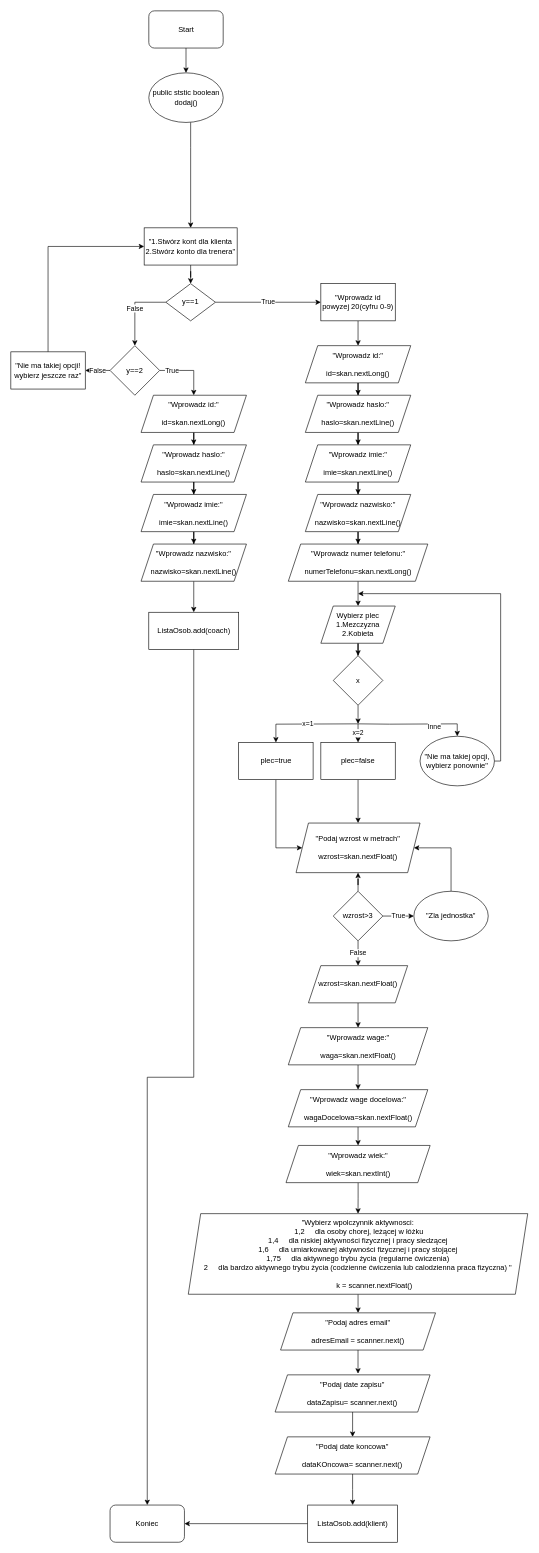
Before: page "dodaj" (4 of 10) of Untitled Diagram.drawio in szarl/Projekt-Programowanie-Obiektowe, a draw.io diagram. Source tidied: cells renumbered, new cells numbered last; positions are measured from the earlier drawing's top-left corner, leaving out a move shared by most shapes. Both pictures are drawn from the tidied source at 62%, with x=0, y=0 at pixel (11, 11).
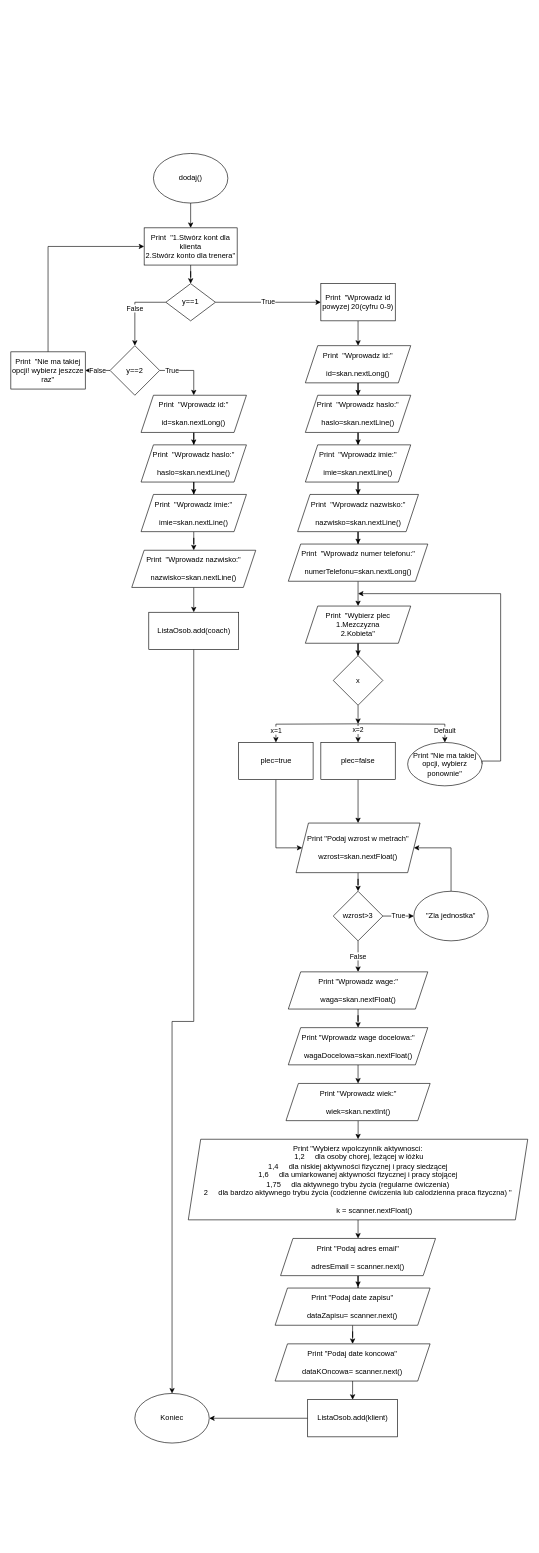
The same diagram, later.

Unchanged cells that the change refers to:
```xml
<mxCell id="26" value="ListaOsob.add(coach)" style="rounded=0;whiteSpace=wrap;html=1;" parent="1" vertex="1">
  <mxGeometry x="222.5" y="970" width="145" height="60" as="geometry" />
</mxCell>
<mxCell id="41" style="edgeStyle=orthogonalEdgeStyle;rounded=0;jettySize=auto;html=1;entryX=0.5;entryY=0;entryDx=0;entryDy=0;" parent="1" edge="1" target="50">
  <mxGeometry relative="1" as="geometry">
    <mxPoint x="560" y="1150" as="sourcePoint" />
  </mxGeometry>
</mxCell>
<mxCell id="46" value="plec=true" style="rounded=0;whiteSpace=wrap;html=1;" parent="1" vertex="1">
  <mxGeometry x="367.5" y="1180" width="120" height="60" as="geometry" />
</mxCell>
<mxCell id="48" value="plec=false" style="rounded=0;whiteSpace=wrap;html=1;" parent="1" vertex="1">
  <mxGeometry x="500" y="1180" width="120" height="60" as="geometry" />
</mxCell>
<mxCell id="55" value="wzrost&amp;gt;3" style="rhombus;whiteSpace=wrap;html=1;" parent="1" vertex="1">
  <mxGeometry x="520" y="1420" width="80" height="80" as="geometry" />
</mxCell>
```

Diff of the diagram source:
```diff
@@
-    <mxCell id="2" style="edgeStyle=orthogonalEdgeStyle;rounded=0;jettySize=auto;html=1;entryX=0.5;entryY=0;entryDx=0;entryDy=0;" parent="1" edge="1" source="3" target="5">
-      <mxGeometry relative="1" as="geometry">
-        <Array as="points">
-          <mxPoint x="290" y="220" />
-          <mxPoint x="290" y="220" />
-        </Array>
-      </mxGeometry>
+    <mxCell id="2" style="edgeStyle=orthogonalEdgeStyle;rounded=0;jettySize=auto;html=1;entryX=0.5;entryY=0;entryDx=0;entryDy=0;exitX=0.5;exitY=1;exitDx=0;exitDy=0;" parent="1" edge="1" source="3" target="5">
+      <mxGeometry relative="1" as="geometry" />
     </mxCell>
-    <mxCell id="3" value="public ststic boolean dodaj()" style="ellipse;whiteSpace=wrap;html=1;" parent="1" vertex="1">
-      <mxGeometry x="222.5" y="100" width="120" height="80" as="geometry" />
+    <mxCell id="3" value="dodaj()" style="ellipse;whiteSpace=wrap;html=1;" parent="1" vertex="1">
+      <mxGeometry x="230" y="230" width="120" height="80" as="geometry" />
     </mxCell>
@@
-    <mxCell id="5" value="&lt;div&gt;&quot;1.Stwórz kont dla klienta&lt;/div&gt;&lt;div&gt;2.Stwórz konto dla trenera&quot;&lt;br&gt;&lt;/div&gt;" style="rounded=0;whiteSpace=wrap;html=1;" parent="1" vertex="1">
+    <mxCell id="5" value="&lt;div&gt;Print&amp;nbsp; &quot;1.Stwórz kont dla klienta&lt;/div&gt;&lt;div&gt;2.Stwórz konto dla trenera&quot;&lt;br&gt;&lt;/div&gt;" style="rounded=0;whiteSpace=wrap;html=1;" parent="1" vertex="1">
       <mxGeometry x="215" y="350" width="150" height="60" as="geometry" />
     </mxCell>
@@
-    <mxCell id="14" value="&quot;Wprowadz id powyzej 20(cyfru 0-9)" style="rounded=0;whiteSpace=wrap;html=1;" parent="1" vertex="1">
+    <mxCell id="14" value="Print&amp;nbsp; &quot;Wprowadz id powyzej 20(cyfru 0-9)" style="rounded=0;whiteSpace=wrap;html=1;" parent="1" vertex="1">
       <mxGeometry x="500" y="440" width="120" height="60" as="geometry" />
     </mxCell>
@@
-    <mxCell id="16" value="&quot;Nie ma takiej opcji! wybierz jeszcze raz&quot;" style="rounded=0;whiteSpace=wrap;html=1;" parent="1" vertex="1">
+    <mxCell id="16" value="Print&amp;nbsp; &quot;Nie ma takiej opcji! wybierz jeszcze raz&quot;" style="rounded=0;whiteSpace=wrap;html=1;" parent="1" vertex="1">
       <mxGeometry y="550" width="120" height="60" as="geometry" />
     </mxCell>
@@
-    <mxCell id="18" value="&lt;div&gt;&quot;Wprowadz id:&quot;&lt;/div&gt;&lt;div&gt;&lt;br&gt;id=skan.nextLong()&lt;br&gt;&lt;/div&gt;" style="shape=parallelogram;perimeter=parallelogramPerimeter;whiteSpace=wrap;html=1;fixedSize=1;" parent="1" vertex="1">
+    <mxCell id="18" value="&lt;div&gt;Print&amp;nbsp; &quot;Wprowadz id:&quot;&lt;/div&gt;&lt;div&gt;&lt;br&gt;id=skan.nextLong()&lt;br&gt;&lt;/div&gt;" style="shape=parallelogram;perimeter=parallelogramPerimeter;whiteSpace=wrap;html=1;fixedSize=1;" parent="1" vertex="1">
       <mxGeometry x="210" y="620" width="170" height="60" as="geometry" />
     </mxCell>
@@
-    <mxCell id="20" value="&lt;div&gt;&quot;Wprowadz haslo:&quot;&lt;/div&gt;&lt;div&gt;&lt;br&gt;haslo=skan.nextLine()&lt;br&gt;&lt;/div&gt;" style="shape=parallelogram;perimeter=parallelogramPerimeter;whiteSpace=wrap;html=1;fixedSize=1;" parent="1" vertex="1">
+    <mxCell id="20" value="&lt;div&gt;Print&amp;nbsp; &quot;Wprowadz haslo:&quot;&lt;/div&gt;&lt;div&gt;&lt;br&gt;haslo=skan.nextLine()&lt;br&gt;&lt;/div&gt;" style="shape=parallelogram;perimeter=parallelogramPerimeter;whiteSpace=wrap;html=1;fixedSize=1;" parent="1" vertex="1">
       <mxGeometry x="210" y="700" width="170" height="60" as="geometry" />
     </mxCell>
@@
-    <mxCell id="22" value="&lt;div&gt;&quot;Wprowadz imie:&quot;&lt;/div&gt;&lt;div&gt;&lt;br&gt;imie=skan.nextLine()&lt;br&gt;&lt;/div&gt;" style="shape=parallelogram;perimeter=parallelogramPerimeter;whiteSpace=wrap;html=1;fixedSize=1;" parent="1" vertex="1">
+    <mxCell id="22" value="&lt;div&gt;Print&amp;nbsp; &quot;Wprowadz imie:&quot;&lt;/div&gt;&lt;div&gt;&lt;br&gt;imie=skan.nextLine()&lt;br&gt;&lt;/div&gt;" style="shape=parallelogram;perimeter=parallelogramPerimeter;whiteSpace=wrap;html=1;fixedSize=1;" parent="1" vertex="1">
       <mxGeometry x="210" y="780" width="170" height="60" as="geometry" />
     </mxCell>
@@
-    <mxCell id="24" value="&lt;div&gt;&quot;Wprowadz nazwisko:&quot;&lt;/div&gt;&lt;div&gt;&lt;br&gt;nazwisko=skan.nextLine()&lt;br&gt;&lt;/div&gt;" style="shape=parallelogram;perimeter=parallelogramPerimeter;whiteSpace=wrap;html=1;fixedSize=1;" parent="1" vertex="1">
-      <mxGeometry x="210" y="860" width="170" height="60" as="geometry" />
+    <mxCell id="24" value="&lt;div&gt;Print&amp;nbsp; &quot;Wprowadz nazwisko:&quot;&lt;/div&gt;&lt;div&gt;&lt;br&gt;nazwisko=skan.nextLine()&lt;br&gt;&lt;/div&gt;" style="shape=parallelogram;perimeter=parallelogramPerimeter;whiteSpace=wrap;html=1;fixedSize=1;" parent="1" vertex="1">
+      <mxGeometry x="195" y="870" width="200" height="60" as="geometry" />
     </mxCell>
-    <mxCell id="25" style="edgeStyle=orthogonalEdgeStyle;rounded=0;jettySize=auto;html=1;" parent="1" edge="1" source="26" target="76">
+    <mxCell id="25" style="edgeStyle=orthogonalEdgeStyle;rounded=0;jettySize=auto;html=1;entryX=0.5;entryY=0;entryDx=0;entryDy=0;" parent="1" edge="1" source="26" target="76">
       <mxGeometry relative="1" as="geometry" />
     </mxCell>
@@
-    <mxCell id="28" value="&lt;div&gt;&quot;Wprowadz id:&quot;&lt;/div&gt;&lt;div&gt;&lt;br&gt;id=skan.nextLong()&lt;br&gt;&lt;/div&gt;" style="shape=parallelogram;perimeter=parallelogramPerimeter;whiteSpace=wrap;html=1;fixedSize=1;" parent="1" vertex="1">
+    <mxCell id="28" value="&lt;div&gt;Print&amp;nbsp; &quot;Wprowadz id:&quot;&lt;/div&gt;&lt;div&gt;&lt;br&gt;id=skan.nextLong()&lt;br&gt;&lt;/div&gt;" style="shape=parallelogram;perimeter=parallelogramPerimeter;whiteSpace=wrap;html=1;fixedSize=1;" parent="1" vertex="1">
       <mxGeometry x="475" y="540" width="170" height="60" as="geometry" />
     </mxCell>
@@
-    <mxCell id="30" value="&lt;div&gt;&quot;Wprowadz haslo:&quot;&lt;/div&gt;&lt;div&gt;&lt;br&gt;haslo=skan.nextLine()&lt;br&gt;&lt;/div&gt;" style="shape=parallelogram;perimeter=parallelogramPerimeter;whiteSpace=wrap;html=1;fixedSize=1;" parent="1" vertex="1">
+    <mxCell id="30" value="&lt;div&gt;Print&amp;nbsp; &quot;Wprowadz haslo:&quot;&lt;/div&gt;&lt;div&gt;&lt;br&gt;haslo=skan.nextLine()&lt;br&gt;&lt;/div&gt;" style="shape=parallelogram;perimeter=parallelogramPerimeter;whiteSpace=wrap;html=1;fixedSize=1;" parent="1" vertex="1">
       <mxGeometry x="475" y="620" width="170" height="60" as="geometry" />
     </mxCell>
@@
-    <mxCell id="32" value="&lt;div&gt;&quot;Wprowadz imie:&quot;&lt;/div&gt;&lt;div&gt;&lt;br&gt;imie=skan.nextLine()&lt;br&gt;&lt;/div&gt;" style="shape=parallelogram;perimeter=parallelogramPerimeter;whiteSpace=wrap;html=1;fixedSize=1;" parent="1" vertex="1">
+    <mxCell id="32" value="&lt;div&gt;Print&amp;nbsp; &quot;Wprowadz imie:&quot;&lt;/div&gt;&lt;div&gt;&lt;br&gt;imie=skan.nextLine()&lt;br&gt;&lt;/div&gt;" style="shape=parallelogram;perimeter=parallelogramPerimeter;whiteSpace=wrap;html=1;fixedSize=1;" parent="1" vertex="1">
       <mxGeometry x="475" y="700" width="170" height="60" as="geometry" />
     </mxCell>
@@
-    <mxCell id="34" value="&lt;div&gt;&quot;Wprowadz nazwisko:&quot;&lt;/div&gt;&lt;div&gt;&lt;br&gt;nazwisko=skan.nextLine()&lt;br&gt;&lt;/div&gt;" style="shape=parallelogram;perimeter=parallelogramPerimeter;whiteSpace=wrap;html=1;fixedSize=1;" parent="1" vertex="1">
-      <mxGeometry x="475" y="780" width="170" height="60" as="geometry" />
+    <mxCell id="34" value="&lt;div&gt;Print&amp;nbsp; &quot;Wprowadz nazwisko:&quot;&lt;/div&gt;&lt;div&gt;&lt;br&gt;nazwisko=skan.nextLine()&lt;br&gt;&lt;/div&gt;" style="shape=parallelogram;perimeter=parallelogramPerimeter;whiteSpace=wrap;html=1;fixedSize=1;" parent="1" vertex="1">
+      <mxGeometry x="462.5" y="780" width="195" height="60" as="geometry" />
     </mxCell>
@@
-    <mxCell id="36" value="&lt;div&gt;&quot;Wprowadz numer telefonu:&quot;&lt;/div&gt;&lt;div&gt;&lt;br&gt;numerTelefonu=skan.nextLong()&lt;br&gt;&lt;/div&gt;" style="shape=parallelogram;perimeter=parallelogramPerimeter;whiteSpace=wrap;html=1;fixedSize=1;" parent="1" vertex="1">
+    <mxCell id="36" value="&lt;div&gt;Print&amp;nbsp; &quot;Wprowadz numer telefonu:&quot;&lt;/div&gt;&lt;div&gt;&lt;br&gt;numerTelefonu=skan.nextLong()&lt;br&gt;&lt;/div&gt;" style="shape=parallelogram;perimeter=parallelogramPerimeter;whiteSpace=wrap;html=1;fixedSize=1;" parent="1" vertex="1">
       <mxGeometry x="447.5" y="860" width="225" height="60" as="geometry" />
     </mxCell>
@@
-    <mxCell id="38" value="&lt;div&gt;Wybierz plec&lt;/div&gt;&lt;div&gt;1.Mezczyzna&lt;/div&gt;&lt;div&gt;2.Kobieta&lt;br&gt;&lt;/div&gt;" style="shape=parallelogram;perimeter=parallelogramPerimeter;whiteSpace=wrap;html=1;fixedSize=1;" parent="1" vertex="1">
-      <mxGeometry x="500" y="960" width="120" height="60" as="geometry" />
+    <mxCell id="38" value="&lt;div&gt;Print&amp;nbsp; &quot;Wybierz plec&lt;/div&gt;&lt;div&gt;1.Mezczyzna&lt;/div&gt;&lt;div&gt;2.Kobieta&quot;&lt;br&gt;&lt;/div&gt;" style="shape=parallelogram;perimeter=parallelogramPerimeter;whiteSpace=wrap;html=1;fixedSize=1;" parent="1" vertex="1">
+      <mxGeometry x="475" y="960" width="170" height="60" as="geometry" />
     </mxCell>
     <mxCell id="39" value="x=2" style="edgeStyle=orthogonalEdgeStyle;rounded=0;jettySize=auto;html=1;entryX=0.5;entryY=0;entryDx=0;entryDy=0;" parent="1" edge="1" target="48">
-      <mxGeometry relative="1" as="geometry">
+      <mxGeometry x="-0.33" relative="1" as="geometry">
         <mxPoint x="560" y="1150" as="sourcePoint" />
       </mxGeometry>
     </mxCell>
     <mxCell id="40" value="x=1" style="edgeStyle=orthogonalEdgeStyle;rounded=0;jettySize=auto;html=1;entryX=0.5;entryY=0;entryDx=0;entryDy=0;" parent="1" edge="1" target="46">
-      <mxGeometry relative="1" as="geometry">
+      <mxGeometry x="0.75" relative="1" as="geometry">
         <mxPoint x="560" y="1150" as="sourcePoint" />
+        <mxPoint y="1" as="offset" />
       </mxGeometry>
     </mxCell>
@@
-    <mxCell id="42" value="Inne" style="edgeLabel;html=1;align=center;verticalAlign=middle;" parent="41" vertex="1">
-      <mxGeometry x="0.36" y="-3" relative="1" as="geometry" />
+    <mxCell id="42" value="Default" style="edgeLabel;html=1;align=center;verticalAlign=middle;" parent="41" vertex="1">
+      <mxGeometry x="0.36" y="-3" relative="1" as="geometry">
+        <mxPoint x="25" y="7" as="offset" />
+      </mxGeometry>
     </mxCell>
@@
-    <mxCell id="50" value="&quot;Nie ma takiej opcji, wybierz ponownie&quot;" style="ellipse;whiteSpace=wrap;html=1;" parent="1" vertex="1">
-      <mxGeometry x="660" y="1170" width="120" height="80" as="geometry" />
+    <mxCell id="50" value="Print &quot;Nie ma takiej opcji, wybierz ponownie&quot;" style="ellipse;whiteSpace=wrap;html=1;" parent="1" vertex="1">
+      <mxGeometry x="640" y="1180" width="120" height="70" as="geometry" />
     </mxCell>
+    <mxCell id="79" style="edgeStyle=orthogonalEdgeStyle;rounded=0;jettySize=auto;html=1;entryX=0.5;entryY=0;entryDx=0;entryDy=0;" parent="1" edge="1" source="51" target="55">
+      <mxGeometry relative="1" as="geometry" />
+    </mxCell>
-    <mxCell id="51" value="&lt;div&gt;&quot;Podaj wzrost w metrach&quot;&lt;/div&gt;&lt;div&gt;&lt;br&gt;&lt;/div&gt;&lt;div&gt;wzrost=skan.nextFloat()&lt;/div&gt;" style="shape=parallelogram;perimeter=parallelogramPerimeter;whiteSpace=wrap;html=1;fixedSize=1;" parent="1" vertex="1">
+    <mxCell id="51" value="&lt;div&gt;Print &quot;Podaj wzrost w metrach&quot;&lt;/div&gt;&lt;div&gt;&lt;br&gt;&lt;/div&gt;&lt;div&gt;wzrost=skan.nextFloat()&lt;/div&gt;" style="shape=parallelogram;perimeter=parallelogramPerimeter;whiteSpace=wrap;html=1;fixedSize=1;" parent="1" vertex="1">
       <mxGeometry x="460" y="1310" width="200" height="80" as="geometry" />
     </mxCell>
-    <mxCell id="52" style="edgeStyle=orthogonalEdgeStyle;rounded=0;jettySize=auto;html=1;" parent="1" edge="1" source="55" target="51">
-      <mxGeometry relative="1" as="geometry" />
-    </mxCell>
-    <mxCell id="53" value="False" style="edgeStyle=orthogonalEdgeStyle;rounded=0;jettySize=auto;html=1;" parent="1" edge="1" source="55" target="61">
+    <mxCell id="53" value="False" style="edgeStyle=orthogonalEdgeStyle;rounded=0;jettySize=auto;html=1;entryX=0.5;entryY=0;entryDx=0;entryDy=0;" parent="1" edge="1" source="55" target="57">
       <mxGeometry relative="1" as="geometry" />
     </mxCell>
@@
-    <mxCell id="57" value="&lt;div&gt;&quot;Wprowadz wage:&quot;&lt;/div&gt;&lt;div&gt;&lt;br&gt;waga=skan.nextFloat()&lt;br&gt;&lt;/div&gt;" style="shape=parallelogram;perimeter=parallelogramPerimeter;whiteSpace=wrap;html=1;fixedSize=1;" parent="1" vertex="1">
-      <mxGeometry x="447.5" y="1640" width="225" height="60" as="geometry" />
+    <mxCell id="57" value="&lt;div&gt;Print &quot;Wprowadz wage:&quot;&lt;/div&gt;&lt;div&gt;&lt;br&gt;waga=skan.nextFloat()&lt;br&gt;&lt;/div&gt;" style="shape=parallelogram;perimeter=parallelogramPerimeter;whiteSpace=wrap;html=1;fixedSize=1;" parent="1" vertex="1">
+      <mxGeometry x="447.5" y="1550" width="225" height="60" as="geometry" />
     </mxCell>
@@
-    <mxCell id="60" style="edgeStyle=orthogonalEdgeStyle;rounded=0;jettySize=auto;html=1;entryX=0.5;entryY=0;entryDx=0;entryDy=0;" parent="1" edge="1" source="61" target="57">
-      <mxGeometry relative="1" as="geometry" />
-    </mxCell>
-    <mxCell id="61" value="wzrost=skan.nextFloat()" style="shape=parallelogram;perimeter=parallelogramPerimeter;whiteSpace=wrap;html=1;fixedSize=1;" parent="1" vertex="1">
-      <mxGeometry x="480" y="1540" width="160" height="60" as="geometry" />
-    </mxCell>
@@
-    <mxCell id="63" value="&lt;div&gt;&quot;Wprowadz wage docelowa:&quot;&lt;/div&gt;&lt;div&gt;&lt;br&gt;wagaDocelowa=skan.nextFloat()&lt;br&gt;&lt;/div&gt;" style="shape=parallelogram;perimeter=parallelogramPerimeter;whiteSpace=wrap;html=1;fixedSize=1;" parent="1" vertex="1">
-      <mxGeometry x="447.5" y="1740" width="225" height="60" as="geometry" />
+    <mxCell id="63" value="&lt;div&gt;Print &quot;Wprowadz wage docelowa:&quot;&lt;/div&gt;&lt;div&gt;&lt;br&gt;wagaDocelowa=skan.nextFloat()&lt;br&gt;&lt;/div&gt;" style="shape=parallelogram;perimeter=parallelogramPerimeter;whiteSpace=wrap;html=1;fixedSize=1;" parent="1" vertex="1">
+      <mxGeometry x="447.5" y="1640" width="225" height="60" as="geometry" />
     </mxCell>
@@
-    <mxCell id="65" value="&lt;div&gt;&quot;Wprowadz wiek:&quot;&lt;/div&gt;&lt;div&gt;&lt;br&gt;wiek=skan.nextInt()&lt;br&gt;&lt;/div&gt;" style="shape=parallelogram;perimeter=parallelogramPerimeter;whiteSpace=wrap;html=1;fixedSize=1;" parent="1" vertex="1">
-      <mxGeometry x="443.8" y="1830" width="232.5" height="60" as="geometry" />
+    <mxCell id="65" value="&lt;div&gt;Print &quot;Wprowadz wiek:&quot;&lt;/div&gt;&lt;div&gt;&lt;br&gt;wiek=skan.nextInt()&lt;br&gt;&lt;/div&gt;" style="shape=parallelogram;perimeter=parallelogramPerimeter;whiteSpace=wrap;html=1;fixedSize=1;" parent="1" vertex="1">
+      <mxGeometry x="443.8" y="1730" width="232.5" height="60" as="geometry" />
     </mxCell>
@@
-    <mxCell id="67" value="&lt;div&gt;&quot;Wybierz wpolczynnik aktywnosci:&lt;/div&gt;&lt;div&gt;&amp;nbsp;1,2 &amp;nbsp;&amp;nbsp;&amp;nbsp; dla osoby chorej, leżącej w łóżku &lt;br&gt;&lt;/div&gt;&lt;div&gt;1,4 &amp;nbsp;&amp;nbsp;&amp;nbsp; dla niskiej aktywności fizycznej i pracy siedzącej &lt;br&gt;&lt;/div&gt;&lt;div&gt;1,6 &amp;nbsp;&amp;nbsp;&amp;nbsp; dla umiarkowanej aktywności fizycznej i pracy stojącej &lt;br&gt;&lt;/div&gt;&lt;div&gt;1,75 &amp;nbsp;&amp;nbsp;&amp;nbsp; dla aktywnego trybu życia (regularne ćwiczenia) &lt;br&gt;&lt;/div&gt;&lt;div&gt;2 &amp;nbsp;&amp;nbsp;&amp;nbsp; dla bardzo aktywnego trybu życia (codzienne ćwiczenia lub calodzienna praca fizyczna) &quot;&lt;/div&gt;&lt;div&gt;&lt;br&gt;&lt;/div&gt;&amp;nbsp;&amp;nbsp;&amp;nbsp;&amp;nbsp;&amp;nbsp;&amp;nbsp;&amp;nbsp;&amp;nbsp;&amp;nbsp;&amp;nbsp;&amp;nbsp;&amp;nbsp;&amp;nbsp;&amp;nbsp;&amp;nbsp; k = scanner.nextFloat()" style="shape=parallelogram;perimeter=parallelogramPerimeter;whiteSpace=wrap;html=1;fixedSize=1;" parent="1" vertex="1">
-      <mxGeometry x="286.2" y="1940" width="547.5" height="130" as="geometry" />
+    <mxCell id="67" value="&lt;div&gt;Print &quot;Wybierz wpolczynnik aktywnosci:&lt;/div&gt;&lt;div&gt;&amp;nbsp;1,2 &amp;nbsp;&amp;nbsp;&amp;nbsp; dla osoby chorej, leżącej w łóżku &lt;br&gt;&lt;/div&gt;&lt;div&gt;1,4 &amp;nbsp;&amp;nbsp;&amp;nbsp; dla niskiej aktywności fizycznej i pracy siedzącej &lt;br&gt;&lt;/div&gt;&lt;div&gt;1,6 &amp;nbsp;&amp;nbsp;&amp;nbsp; dla umiarkowanej aktywności fizycznej i pracy stojącej &lt;br&gt;&lt;/div&gt;&lt;div&gt;1,75 &amp;nbsp;&amp;nbsp;&amp;nbsp; dla aktywnego trybu życia (regularne ćwiczenia) &lt;br&gt;&lt;/div&gt;&lt;div&gt;2 &amp;nbsp;&amp;nbsp;&amp;nbsp; dla bardzo aktywnego trybu życia (codzienne ćwiczenia lub calodzienna praca fizyczna) &quot;&lt;/div&gt;&lt;div&gt;&lt;br&gt;&lt;/div&gt;&amp;nbsp;&amp;nbsp;&amp;nbsp;&amp;nbsp;&amp;nbsp;&amp;nbsp;&amp;nbsp;&amp;nbsp;&amp;nbsp;&amp;nbsp;&amp;nbsp;&amp;nbsp;&amp;nbsp;&amp;nbsp;&amp;nbsp; k = scanner.nextFloat()" style="shape=parallelogram;perimeter=parallelogramPerimeter;whiteSpace=wrap;html=1;fixedSize=1;" parent="1" vertex="1">
+      <mxGeometry x="286.2" y="1820" width="547.5" height="130" as="geometry" />
     </mxCell>
@@
-    <mxCell id="69" value="&lt;div&gt;&quot;Podaj adres email&quot;&lt;/div&gt;&lt;div&gt;&lt;br&gt;&lt;/div&gt;&lt;div&gt;adresEmail = scanner.next()&lt;/div&gt;" style="shape=parallelogram;perimeter=parallelogramPerimeter;whiteSpace=wrap;html=1;fixedSize=1;" parent="1" vertex="1">
-      <mxGeometry x="435" y="2100" width="250" height="60" as="geometry" />
+    <mxCell id="69" value="&lt;div&gt;Print &quot;Podaj adres email&quot;&lt;/div&gt;&lt;div&gt;&lt;br&gt;&lt;/div&gt;&lt;div&gt;adresEmail = scanner.next()&lt;/div&gt;" style="shape=parallelogram;perimeter=parallelogramPerimeter;whiteSpace=wrap;html=1;fixedSize=1;" parent="1" vertex="1">
+      <mxGeometry x="435" y="1980" width="250" height="60" as="geometry" />
     </mxCell>
@@
-    <mxCell id="71" value="&lt;div&gt;&quot;Podaj date zapisu&quot;&lt;/div&gt;&lt;div&gt;&lt;br&gt;&lt;/div&gt;&lt;div&gt;dataZapisu= scanner.next()&lt;/div&gt;" style="shape=parallelogram;perimeter=parallelogramPerimeter;whiteSpace=wrap;html=1;fixedSize=1;" parent="1" vertex="1">
-      <mxGeometry x="426.2" y="2200" width="250" height="60" as="geometry" />
+    <mxCell id="71" value="&lt;div&gt;Print &quot;Podaj date zapisu&quot;&lt;/div&gt;&lt;div&gt;&lt;br&gt;&lt;/div&gt;&lt;div&gt;dataZapisu= scanner.next()&lt;/div&gt;" style="shape=parallelogram;perimeter=parallelogramPerimeter;whiteSpace=wrap;html=1;fixedSize=1;" parent="1" vertex="1">
+      <mxGeometry x="426.2" y="2060" width="250" height="60" as="geometry" />
     </mxCell>
@@
-    <mxCell id="73" value="&lt;div&gt;&quot;Podaj date koncowa&quot;&lt;/div&gt;&lt;div&gt;&lt;br&gt;&lt;/div&gt;&lt;div&gt;dataKOncowa= scanner.next()&lt;/div&gt;" style="shape=parallelogram;perimeter=parallelogramPerimeter;whiteSpace=wrap;html=1;fixedSize=1;" parent="1" vertex="1">
-      <mxGeometry x="426.2" y="2300" width="250" height="60" as="geometry" />
+    <mxCell id="73" value="&lt;div&gt;Print &quot;Podaj date koncowa&quot;&lt;/div&gt;&lt;div&gt;&lt;br&gt;&lt;/div&gt;&lt;div&gt;dataKOncowa= scanner.next()&lt;/div&gt;" style="shape=parallelogram;perimeter=parallelogramPerimeter;whiteSpace=wrap;html=1;fixedSize=1;" parent="1" vertex="1">
+      <mxGeometry x="426.2" y="2150" width="250" height="60" as="geometry" />
     </mxCell>
@@
     <mxCell id="75" value="ListaOsob.add(klient)" style="rounded=0;whiteSpace=wrap;html=1;" parent="1" vertex="1">
-      <mxGeometry x="478.8" y="2410" width="145" height="60" as="geometry" />
+      <mxGeometry x="478.8" y="2240" width="145" height="60" as="geometry" />
     </mxCell>
-    <mxCell id="76" value="Koniec" style="rounded=1;whiteSpace=wrap;html=1;" parent="1" vertex="1">
-      <mxGeometry x="160" y="2410" width="120" height="60" as="geometry" />
+    <mxCell id="76" value="Koniec" style="ellipse;whiteSpace=wrap;html=1;" parent="1" vertex="1">
+      <mxGeometry x="200" y="2230" width="120" height="80" as="geometry" />
     </mxCell>
-    <mxCell id="77" style="edgeStyle=orthogonalEdgeStyle;rounded=0;jettySize=auto;html=1;exitX=0.5;exitY=1;exitDx=0;exitDy=0;entryX=0.5;entryY=0;entryDx=0;entryDy=0;" parent="1" edge="1" source="78" target="3">
-      <mxGeometry relative="1" as="geometry" />
-    </mxCell>
-    <mxCell id="78" value="Start" style="rounded=1;whiteSpace=wrap;html=1;" parent="1" vertex="1">
-      <mxGeometry x="222.5" width="120" height="60" as="geometry" />
-    </mxCell>
```
